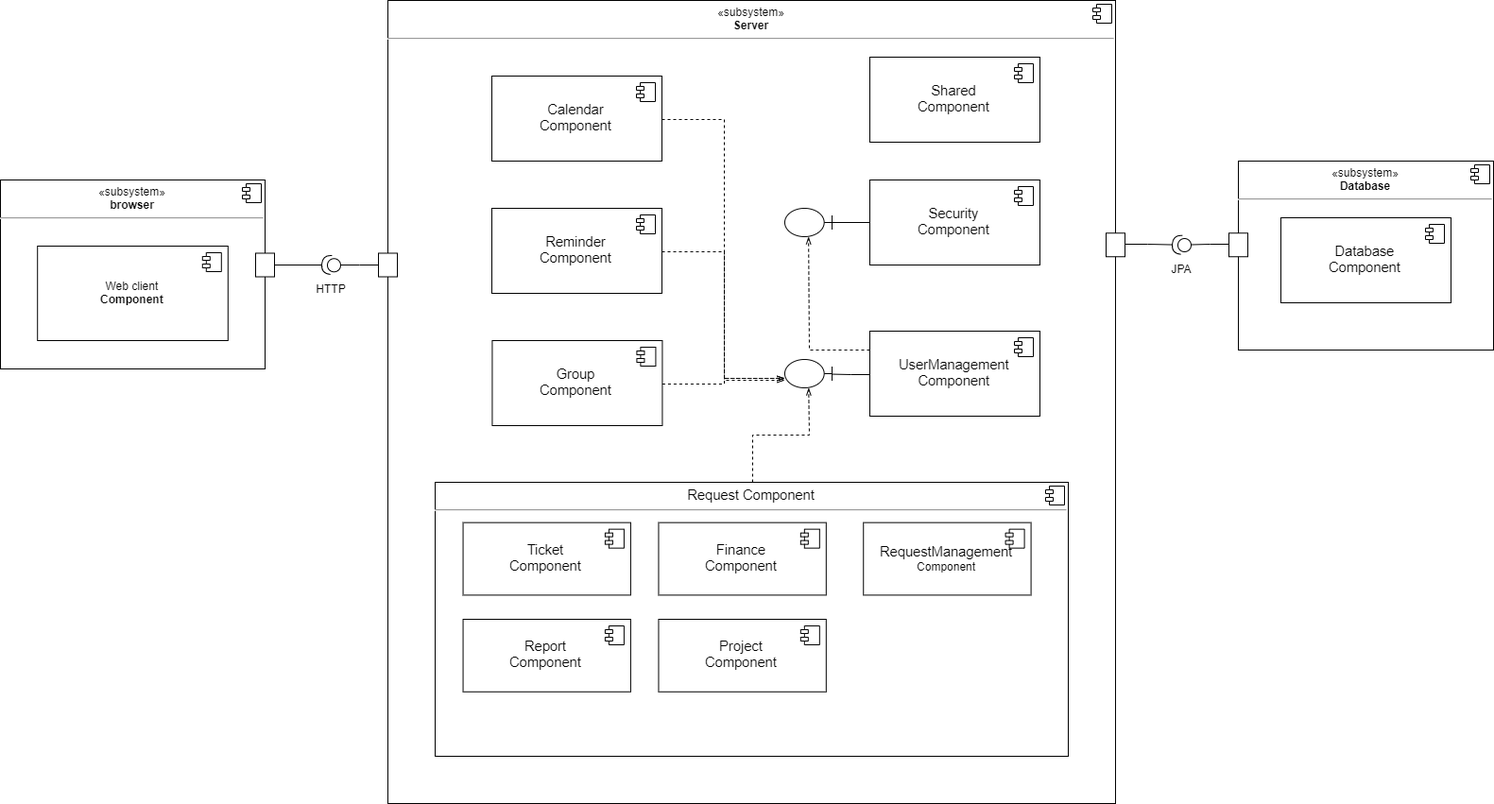
Above: Database/component_diagram.png in krivanek06/SimpleDesk (draw.io), before the change. Source tidied: cells renumbered, new cells last; positions are measured from the earlier drawing's top-left corner, leaving out a move shared by most shapes.
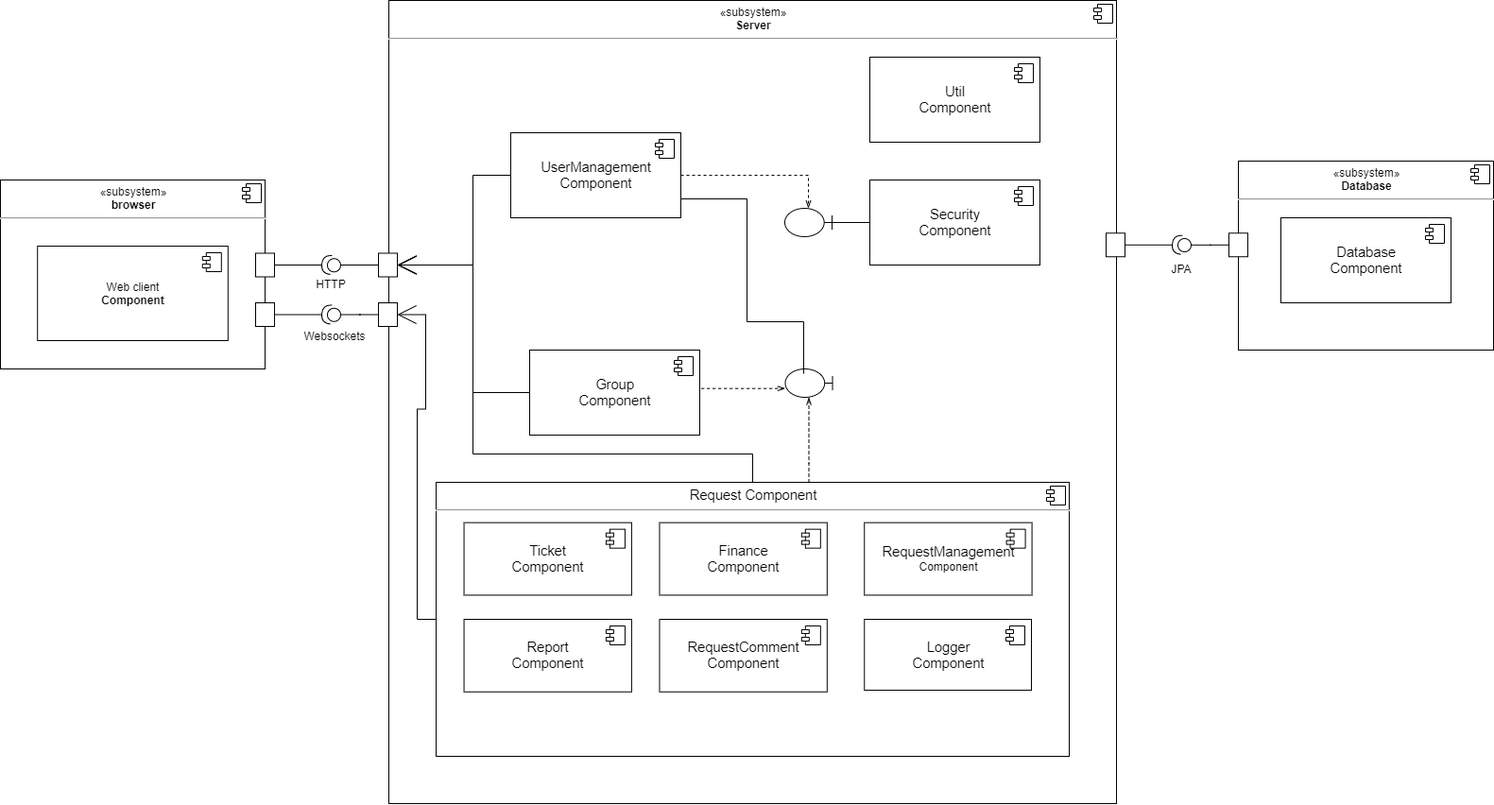
The same diagram one commit later.

The edit, as a diff of the source:
```diff
@@ -3,7 +3,7 @@
     <mxCell id="0" />
     <mxCell id="1" parent="0" />
     <mxCell id="2" value="&lt;p style=&quot;margin: 6px 0px 0px ; text-align: center&quot;&gt;«subsystem»&lt;br&gt;&lt;b&gt;Server&lt;/b&gt;&lt;/p&gt;&lt;hr&gt;&lt;p style=&quot;margin: 0px ; margin-left: 8px&quot;&gt;&lt;br&gt;&lt;/p&gt;" style="align=left;overflow=fill;html=1;" parent="1" vertex="1">
-      <mxGeometry x="410" width="770" height="850" as="geometry" />
+      <mxGeometry x="411" width="770" height="850" as="geometry" />
     </mxCell>
     <mxCell id="3" style="shape=component;jettyWidth=8;jettyHeight=4;" parent="2" vertex="1">
       <mxGeometry x="1" width="20" height="20" relative="1" as="geometry">
@@ -42,7 +42,7 @@
         <mxPoint x="-27" y="7" as="offset" />
       </mxGeometry>
     </mxCell>
-    <mxCell id="12" value="&lt;span id=&quot;docs-internal-guid-d8fa0652-7fff-dea0-dcf7-9543c7e1cb0d&quot;&gt;&lt;span style=&quot;font-size: 11pt ; font-family: &amp;#34;arial&amp;#34; ; background-color: transparent ; vertical-align: baseline ; white-space: pre-wrap&quot;&gt;Project&lt;br/&gt;Component&lt;/span&gt;&lt;/span&gt;" style="html=1;" parent="4" vertex="1">
+    <mxCell id="12" value="&lt;span id=&quot;docs-internal-guid-d8fa0652-7fff-dea0-dcf7-9543c7e1cb0d&quot;&gt;&lt;span style=&quot;font-size: 11pt ; font-family: &amp;#34;arial&amp;#34; ; background-color: transparent ; vertical-align: baseline ; white-space: pre-wrap&quot;&gt;RequestComment&lt;br/&gt;Component&lt;/span&gt;&lt;/span&gt;" style="html=1;" parent="4" vertex="1">
       <mxGeometry x="236.5" y="145" width="177.4" height="76.8" as="geometry" />
     </mxCell>
     <mxCell id="13" style="shape=component;jettyWidth=8;jettyHeight=4;" parent="12" vertex="1">
@@ -58,6 +58,48 @@
         <mxPoint x="-27" y="7" as="offset" />
       </mxGeometry>
     </mxCell>
+    <mxCell id="57" value="&lt;span id=&quot;docs-internal-guid-3ae57b66-7fff-427f-9950-51d30e67fe9b&quot;&gt;&lt;span style=&quot;font-size: 11pt ; font-family: &amp;#34;arial&amp;#34; ; background-color: transparent ; vertical-align: baseline ; white-space: pre-wrap&quot;&gt;Logger&lt;br&gt;Component&lt;/span&gt;&lt;/span&gt;" style="html=1;" parent="4" vertex="1">
+      <mxGeometry x="453.2" y="145" width="176.8" height="75" as="geometry" />
+    </mxCell>
+    <mxCell id="58" style="shape=component;jettyWidth=8;jettyHeight=4;" parent="57" vertex="1">
+      <mxGeometry x="1" width="20" height="20" relative="1" as="geometry">
+        <mxPoint x="-27" y="7" as="offset" />
+      </mxGeometry>
+    </mxCell>
+    <mxCell id="26" value="&lt;span id=&quot;docs-internal-guid-b7ceeb23-7fff-7406-7aac-59992b1d62ae&quot;&gt;&lt;span style=&quot;font-size: 11pt ; font-family: &amp;#34;arial&amp;#34; ; background-color: transparent ; vertical-align: baseline ; white-space: pre-wrap&quot;&gt;Group&lt;br/&gt;Component&lt;/span&gt;&lt;/span&gt;" style="html=1;" parent="2" vertex="1">
+      <mxGeometry x="149" y="370" width="180" height="90" as="geometry" />
+    </mxCell>
+    <mxCell id="27" style="shape=component;jettyWidth=8;jettyHeight=4;" parent="26" vertex="1">
+      <mxGeometry x="1" width="20" height="20" relative="1" as="geometry">
+        <mxPoint x="-27" y="7" as="offset" />
+      </mxGeometry>
+    </mxCell>
+    <mxCell id="23" value="&lt;span id=&quot;docs-internal-guid-f0e8397e-7fff-43f0-2565-f3599224ff24&quot;&gt;&lt;span style=&quot;font-size: 11pt ; font-family: &amp;#34;arial&amp;#34; ; background-color: transparent ; vertical-align: baseline ; white-space: pre-wrap&quot;&gt;UserManagement&lt;br/&gt;Component&lt;/span&gt;&lt;/span&gt;" style="html=1;" parent="2" vertex="1">
+      <mxGeometry x="129" y="140" width="180" height="90" as="geometry" />
+    </mxCell>
+    <mxCell id="24" style="shape=component;jettyWidth=8;jettyHeight=4;" parent="23" vertex="1">
+      <mxGeometry x="1" width="20" height="20" relative="1" as="geometry">
+        <mxPoint x="-27" y="7" as="offset" />
+      </mxGeometry>
+    </mxCell>
+    <mxCell id="52" style="shape=umlBoundary;whiteSpace=wrap;html=1;rotation=-180;" parent="2" vertex="1">
+      <mxGeometry x="419.5" y="390" width="50" height="30" as="geometry" />
+    </mxCell>
+    <mxCell id="25" style="edgeStyle=orthogonalEdgeStyle;rounded=0;jettySize=auto;html=1;entryX=1.001;entryY=0.31;entryDx=0;entryDy=0;entryPerimeter=0;dashed=1;endArrow=openThin;endFill=0;exitX=1;exitY=0.5;exitDx=0;exitDy=0;" parent="2" edge="1" source="26" target="52">
+      <mxGeometry relative="1" as="geometry">
+        <Array as="points">
+          <mxPoint x="329" y="411" />
+        </Array>
+      </mxGeometry>
+    </mxCell>
+    <mxCell id="56" style="edgeStyle=orthogonalEdgeStyle;rounded=0;jettySize=auto;html=1;dashed=1;endArrow=openThin;endFill=0;" parent="2" edge="1" source="4" target="52">
+      <mxGeometry relative="1" as="geometry">
+        <Array as="points">
+          <mxPoint x="444.5" y="490" />
+          <mxPoint x="444.5" y="490" />
+        </Array>
+      </mxGeometry>
+    </mxCell>
     <mxCell id="16" value="&lt;p style=&quot;margin: 0px ; margin-top: 6px ; text-align: center&quot;&gt;«subsystem»&lt;br&gt;&lt;b&gt;browser&lt;/b&gt;&lt;br&gt;&lt;/p&gt;&lt;hr&gt;&lt;p style=&quot;margin: 0px ; margin-left: 8px&quot;&gt;&lt;br&gt;&lt;/p&gt;" style="align=left;overflow=fill;html=1;" parent="1" vertex="1">
       <mxGeometry y="190" width="280" height="200" as="geometry" />
     </mxCell>
@@ -85,30 +127,11 @@
     <mxCell id="22" style="edgeStyle=orthogonalEdgeStyle;rounded=0;jettySize=auto;html=1;endArrow=openThin;endFill=0;dashed=1;" parent="1" edge="1" source="23" target="54">
       <mxGeometry relative="1" as="geometry">
         <Array as="points">
-          <mxPoint x="855" y="370" />
+          <mxPoint x="855" y="185" />
         </Array>
       </mxGeometry>
     </mxCell>
-    <mxCell id="23" value="&lt;span id=&quot;docs-internal-guid-f0e8397e-7fff-43f0-2565-f3599224ff24&quot;&gt;&lt;span style=&quot;font-size: 11pt ; font-family: &amp;#34;arial&amp;#34; ; background-color: transparent ; vertical-align: baseline ; white-space: pre-wrap&quot;&gt;UserManagement&lt;br/&gt;Component&lt;/span&gt;&lt;/span&gt;" style="html=1;" parent="1" vertex="1">
-      <mxGeometry x="920" y="350" width="180" height="90" as="geometry" />
-    </mxCell>
-    <mxCell id="24" style="shape=component;jettyWidth=8;jettyHeight=4;" parent="23" vertex="1">
-      <mxGeometry x="1" width="20" height="20" relative="1" as="geometry">
-        <mxPoint x="-27" y="7" as="offset" />
-      </mxGeometry>
-    </mxCell>
-    <mxCell id="25" style="edgeStyle=orthogonalEdgeStyle;rounded=0;jettySize=auto;html=1;entryX=1.001;entryY=0.31;entryDx=0;entryDy=0;entryPerimeter=0;dashed=1;endArrow=openThin;endFill=0;" parent="1" edge="1" source="26" target="52">
-      <mxGeometry relative="1" as="geometry" />
-    </mxCell>
-    <mxCell id="26" value="&lt;span id=&quot;docs-internal-guid-b7ceeb23-7fff-7406-7aac-59992b1d62ae&quot;&gt;&lt;span style=&quot;font-size: 11pt ; font-family: &amp;#34;arial&amp;#34; ; background-color: transparent ; vertical-align: baseline ; white-space: pre-wrap&quot;&gt;Group&lt;br/&gt;Component&lt;/span&gt;&lt;/span&gt;" style="html=1;" parent="1" vertex="1">
-      <mxGeometry x="520.4" y="360" width="180" height="90" as="geometry" />
-    </mxCell>
-    <mxCell id="27" style="shape=component;jettyWidth=8;jettyHeight=4;" parent="26" vertex="1">
-      <mxGeometry x="1" width="20" height="20" relative="1" as="geometry">
-        <mxPoint x="-27" y="7" as="offset" />
-      </mxGeometry>
-    </mxCell>
-    <mxCell id="28" value="&lt;span id=&quot;docs-internal-guid-e9333459-7fff-fd31-cf45-4626cf34cc71&quot;&gt;&lt;span style=&quot;font-size: 11pt ; font-family: &amp;#34;arial&amp;#34; ; background-color: transparent ; vertical-align: baseline ; white-space: pre-wrap&quot;&gt;Shared&lt;br/&gt;Component&lt;/span&gt;&lt;/span&gt;" style="html=1;" parent="1" vertex="1">
+    <mxCell id="28" value="&lt;span id=&quot;docs-internal-guid-e9333459-7fff-fd31-cf45-4626cf34cc71&quot;&gt;&lt;span style=&quot;font-size: 11pt ; font-family: &amp;#34;arial&amp;#34; ; background-color: transparent ; vertical-align: baseline ; white-space: pre-wrap&quot;&gt;Util&lt;br&gt;Component&lt;/span&gt;&lt;/span&gt;" style="html=1;" parent="1" vertex="1">
       <mxGeometry x="920" y="60" width="180" height="90" as="geometry" />
     </mxCell>
     <mxCell id="29" style="shape=component;jettyWidth=8;jettyHeight=4;" parent="28" vertex="1">
@@ -116,28 +139,6 @@
         <mxPoint x="-27" y="7" as="offset" />
       </mxGeometry>
     </mxCell>
-    <mxCell id="30" style="edgeStyle=orthogonalEdgeStyle;rounded=0;jettySize=auto;html=1;entryX=1.001;entryY=0.31;entryDx=0;entryDy=0;entryPerimeter=0;dashed=1;endArrow=openThin;endFill=0;" parent="1" edge="1" source="31" target="52">
-      <mxGeometry relative="1" as="geometry" />
-    </mxCell>
-    <mxCell id="31" value="&lt;span id=&quot;docs-internal-guid-16bb6eec-7fff-1c3d-901d-fc5749f742e5&quot;&gt;&lt;span style=&quot;font-size: 11pt ; font-family: &amp;#34;arial&amp;#34; ; background-color: transparent ; vertical-align: baseline ; white-space: pre-wrap&quot;&gt;Calendar&lt;br/&gt;Component&lt;/span&gt;&lt;/span&gt;" style="html=1;" parent="1" vertex="1">
-      <mxGeometry x="520" y="80" width="180" height="90" as="geometry" />
-    </mxCell>
-    <mxCell id="32" style="shape=component;jettyWidth=8;jettyHeight=4;" parent="31" vertex="1">
-      <mxGeometry x="1" width="20" height="20" relative="1" as="geometry">
-        <mxPoint x="-27" y="7" as="offset" />
-      </mxGeometry>
-    </mxCell>
-    <mxCell id="33" style="edgeStyle=orthogonalEdgeStyle;rounded=0;jettySize=auto;html=1;entryX=0.982;entryY=0.278;entryDx=0;entryDy=0;entryPerimeter=0;dashed=1;endArrow=openThin;endFill=0;" parent="1" edge="1" source="34" target="52">
-      <mxGeometry relative="1" as="geometry" />
-    </mxCell>
-    <mxCell id="34" value="&lt;span id=&quot;docs-internal-guid-3ae57b66-7fff-427f-9950-51d30e67fe9b&quot;&gt;&lt;span style=&quot;font-size: 11pt ; font-family: &amp;#34;arial&amp;#34; ; background-color: transparent ; vertical-align: baseline ; white-space: pre-wrap&quot;&gt;Reminder&lt;br/&gt;Component&lt;/span&gt;&lt;/span&gt;" style="html=1;" parent="1" vertex="1">
-      <mxGeometry x="520" y="220" width="180" height="90" as="geometry" />
-    </mxCell>
-    <mxCell id="35" style="shape=component;jettyWidth=8;jettyHeight=4;" parent="34" vertex="1">
-      <mxGeometry x="1" width="20" height="20" relative="1" as="geometry">
-        <mxPoint x="-27" y="7" as="offset" />
-      </mxGeometry>
-    </mxCell>
     <mxCell id="36" value="&lt;p style=&quot;margin: 6px 0px 0px ; text-align: center&quot;&gt;«subsystem»&lt;br&gt;&lt;b&gt;Database&lt;/b&gt;&lt;/p&gt;&lt;hr&gt;&lt;p style=&quot;margin: 0px ; margin-left: 8px&quot;&gt;&lt;br&gt;&lt;/p&gt;" style="align=left;overflow=fill;html=1;" parent="1" vertex="1">
       <mxGeometry x="1310" y="170" width="270" height="200" as="geometry" />
     </mxCell>
@@ -187,12 +188,18 @@
     <mxCell id="50" style="shape=providedRequiredInterface;html=1;verticalLabelPosition=bottom;rotation=-175;" parent="1" vertex="1">
       <mxGeometry x="340" y="270" width="20" height="20" as="geometry" />
     </mxCell>
-    <mxCell id="51" style="edgeStyle=orthogonalEdgeStyle;rounded=0;jettySize=auto;html=1;entryX=0;entryY=0.5;entryDx=0;entryDy=0;endArrow=none;endFill=0;" parent="1" edge="1" source="52" target="23">
-      <mxGeometry relative="1" as="geometry" />
+    <mxCell id="51" style="edgeStyle=orthogonalEdgeStyle;rounded=0;jettySize=auto;html=1;entryX=1;entryY=0.5;entryDx=0;entryDy=0;endArrow=none;endFill=0;" parent="1" edge="1" target="23">
+      <mxGeometry relative="1" as="geometry">
+        <mxPoint x="850" y="395" as="sourcePoint" />
+        <Array as="points">
+          <mxPoint x="850" y="395" />
+          <mxPoint x="850" y="340" />
+          <mxPoint x="790" y="340" />
+          <mxPoint x="790" y="210" />
+          <mxPoint x="720" y="210" />
+        </Array>
+      </mxGeometry>
     </mxCell>
-    <mxCell id="52" style="shape=umlBoundary;whiteSpace=wrap;html=1;rotation=-180;" parent="1" vertex="1">
-      <mxGeometry x="830" y="380" width="50" height="30" as="geometry" />
-    </mxCell>
     <mxCell id="53" style="edgeStyle=orthogonalEdgeStyle;rounded=0;jettySize=auto;html=1;endArrow=none;endFill=0;" parent="1" edge="1" source="54" target="20">
       <mxGeometry relative="1" as="geometry" />
     </mxCell>
@@ -200,10 +207,53 @@
       <mxGeometry x="830" y="220" width="50" height="30" as="geometry" />
     </mxCell>
     <mxCell id="55" value="HTTP" style="text;html=1;strokeColor=none;fillColor=none;align=center;verticalAlign=middle;whiteSpace=wrap;rounded=0;" parent="1" vertex="1">
-      <mxGeometry x="330" y="295" width="40" height="20" as="geometry" />
+      <mxGeometry x="330" y="290" width="40" height="20" as="geometry" />
     </mxCell>
-    <mxCell id="56" style="edgeStyle=orthogonalEdgeStyle;rounded=0;jettySize=auto;html=1;dashed=1;endArrow=openThin;endFill=0;" parent="1" edge="1" source="4" target="52">
-      <mxGeometry relative="1" as="geometry" />
-    </mxCell>
+    <mxCell id="59" style="rounded=0;whiteSpace=wrap;html=1;" parent="1" vertex="1">
+      <mxGeometry x="400" y="320" width="20" height="25" as="geometry" />
+    </mxCell>
+    <mxCell id="60" style="rounded=0;whiteSpace=wrap;html=1;" parent="1" vertex="1">
+      <mxGeometry x="270" y="320" width="20" height="25" as="geometry" />
+    </mxCell>
+    <mxCell id="61" style="edgeStyle=orthogonalEdgeStyle;rounded=0;jettySize=auto;html=1;entryX=0;entryY=0.5;entryDx=0;entryDy=0;endArrow=none;endFill=0;" parent="1" edge="1" source="63" target="59">
+      <mxGeometry relative="1" as="geometry" />
+    </mxCell>
+    <mxCell id="62" style="edgeStyle=orthogonalEdgeStyle;rounded=0;jettySize=auto;html=1;entryX=1;entryY=0.5;entryDx=0;entryDy=0;endArrow=none;endFill=0;" parent="1" edge="1" source="63" target="60">
+      <mxGeometry relative="1" as="geometry" />
+    </mxCell>
+    <mxCell id="63" style="shape=providedRequiredInterface;html=1;verticalLabelPosition=bottom;rotation=-175;" parent="1" vertex="1">
+      <mxGeometry x="340" y="322.5" width="20" height="20" as="geometry" />
+    </mxCell>
+    <mxCell id="64" value="Websockets" style="text;html=1;strokeColor=none;fillColor=none;align=center;verticalAlign=middle;whiteSpace=wrap;rounded=0;" parent="1" vertex="1">
+      <mxGeometry x="334" y="345" width="40" height="20" as="geometry" />
+    </mxCell>
+    <mxCell id="65" style="edgeStyle=orthogonalEdgeStyle;rounded=0;jettySize=auto;html=1;entryX=1;entryY=0.5;entryDx=0;entryDy=0;endArrow=open;endFill=0;strokeWidth=1;endSize=18;" parent="1" edge="1" source="23" target="46">
+      <mxGeometry relative="1" as="geometry">
+        <Array as="points">
+          <mxPoint x="500" y="185" />
+          <mxPoint x="500" y="280" />
+        </Array>
+      </mxGeometry>
+    </mxCell>
+    <mxCell id="66" style="edgeStyle=orthogonalEdgeStyle;rounded=0;jettySize=auto;html=1;entryX=1;entryY=0.5;entryDx=0;entryDy=0;endArrow=open;endFill=0;endSize=18;strokeWidth=1;" parent="1" edge="1" source="26" target="46">
+      <mxGeometry relative="1" as="geometry">
+        <Array as="points">
+          <mxPoint x="500" y="415" />
+          <mxPoint x="500" y="280" />
+        </Array>
+      </mxGeometry>
+    </mxCell>
+    <mxCell id="67" style="edgeStyle=orthogonalEdgeStyle;rounded=0;jettySize=auto;html=1;entryX=1;entryY=0.5;entryDx=0;entryDy=0;endArrow=open;endFill=0;endSize=18;strokeWidth=1;" parent="1" edge="1" source="4" target="46">
+      <mxGeometry relative="1" as="geometry">
+        <Array as="points">
+          <mxPoint x="796" y="480" />
+          <mxPoint x="500" y="480" />
+          <mxPoint x="500" y="280" />
+        </Array>
+      </mxGeometry>
+    </mxCell>
+    <mxCell id="68" style="edgeStyle=orthogonalEdgeStyle;rounded=0;jettySize=auto;html=1;entryX=1;entryY=0.5;entryDx=0;entryDy=0;endArrow=open;endFill=0;endSize=18;strokeWidth=1;" parent="1" edge="1" source="4" target="59">
+      <mxGeometry relative="1" as="geometry" />
+    </mxCell>
   </root>
 </mxGraphModel>
```
